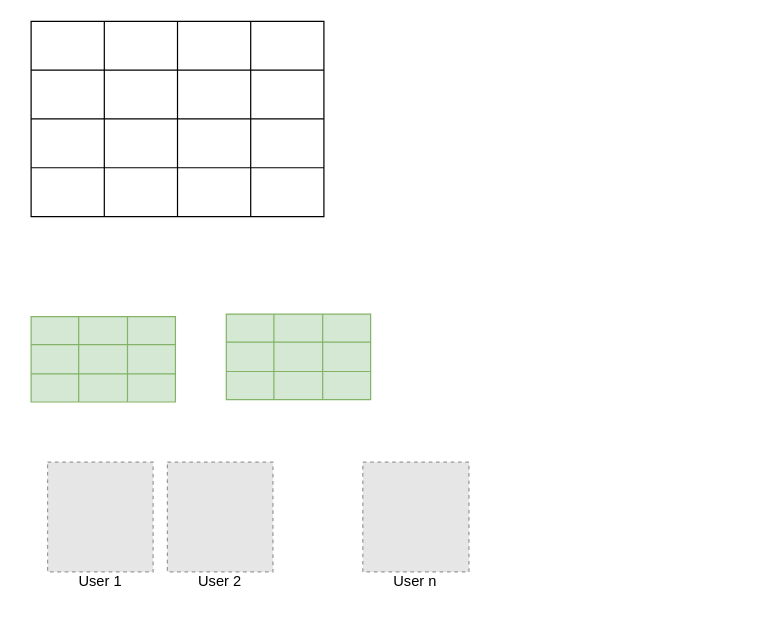
Earlier version of the draw.io diagram TILES.drawio (gughets/mrleo). Source tidied: cells renumbered, new cells numbered last; positions are measured from the earlier drawing's top-left corner, leaving out a move shared by most shapes. Both pictures are drawn from the tidied source at 122%, with x=0, y=0 at pixel (30, 21). Pictures stored in the file or linked from it are replaced by grey dashed boxes.
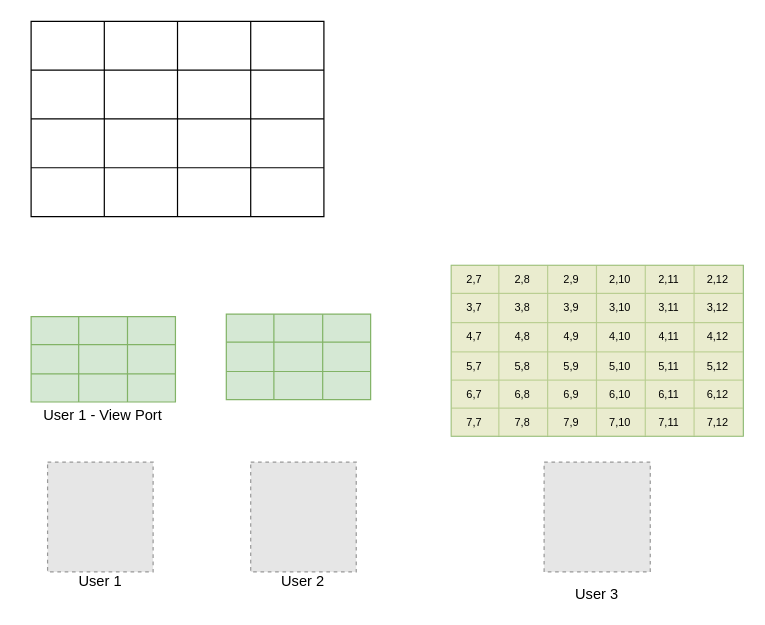
After the change.

What changed in the source:
```diff
@@
     <mxCell id="3" style="fillColor=#E6E6E6;strokeColor=#999999;dashed=1;verticalLabelPosition=bottom;labelBackgroundColor=default;verticalAlign=top;" parent="1" vertex="1">
-      <mxGeometry x="111.7" y="361.3" width="86.5" height="90" as="geometry" />
+      <mxGeometry x="180" y="361.3" width="86.5" height="90" as="geometry" />
     </mxCell>
@@
     <mxCell id="5" value="User 2" style="text;html=1;strokeColor=none;fillColor=none;align=center;verticalAlign=middle;whiteSpace=wrap;rounded=0;" parent="1" vertex="1">
-      <mxGeometry x="130" y="451.3" width="50" height="15.5" as="geometry" />
+      <mxGeometry x="198.3" y="451.3" width="50" height="15.5" as="geometry" />
     </mxCell>
-    <mxCell id="6" value="User n" style="text;html=1;strokeColor=none;fillColor=none;align=center;verticalAlign=middle;whiteSpace=wrap;rounded=0;" parent="1" vertex="1">
-      <mxGeometry x="290.4" y="451.3" width="50" height="15.5" as="geometry" />
+    <mxCell id="6" value="User 3" style="text;html=1;strokeColor=none;fillColor=none;align=center;verticalAlign=middle;whiteSpace=wrap;rounded=0;" parent="1" vertex="1">
+      <mxGeometry x="439" y="462" width="50" height="15.5" as="geometry" />
     </mxCell>
     <mxCell id="7" style="fillColor=#E6E6E6;strokeColor=#999999;dashed=1;verticalLabelPosition=bottom;labelBackgroundColor=default;verticalAlign=top;" parent="1" vertex="1">
-      <mxGeometry x="271.9" y="361.3" width="87" height="90" as="geometry" />
+      <mxGeometry x="420.5" y="361.3" width="87" height="90" as="geometry" />
     </mxCell>
@@
+    <mxCell id="56" value="User 1 - View Port" style="text;html=1;strokeColor=none;fillColor=none;align=center;verticalAlign=middle;whiteSpace=wrap;rounded=0;" parent="1" vertex="1">
+      <mxGeometry x="-8.8" y="315" width="135.9" height="15.5" as="geometry" />
+    </mxCell>
+    <mxCell id="57" style="shape=table;startSize=0;childLayout=tableLayout;fontSize=9;swimlaneLine=0;fillColor=#d5e8d4;strokeColor=#82b366;swimlaneFillColor=none;" parent="1" vertex="1">
+      <mxGeometry x="344.4" y="200" width="239.3" height="140" as="geometry" />
+    </mxCell>
+    <mxCell id="58" style="shape=tableRow;horizontal=0;startSize=0;swimlaneHead=0;swimlaneBody=0;strokeColor=inherit;top=0;left=0;bottom=0;right=0;fillColor=none;fontSize=9;" parent="57" vertex="1">
+      <mxGeometry width="239.3" height="23" as="geometry" />
+    </mxCell>
+    <mxCell id="59" value="2,7" style="shape=partialRectangle;html=1;whiteSpace=wrap;strokeColor=#d6b656;overflow=hidden;fillColor=#fff2cc;top=0;left=0;bottom=0;right=0;fontSize=9;opacity=50;" parent="58" vertex="1">
+      <mxGeometry width="39" height="23" as="geometry" />
+    </mxCell>
+    <mxCell id="60" value="2,8" style="shape=partialRectangle;html=1;whiteSpace=wrap;overflow=hidden;top=0;left=0;bottom=0;right=0;fontSize=9;fillColor=#fff2cc;strokeColor=#d6b656;opacity=50;" parent="58" vertex="1">
+      <mxGeometry x="39" width="40" height="23" as="geometry" />
+    </mxCell>
+    <mxCell id="61" value="&lt;div style=&quot;font-size: 9px;&quot;&gt;2,9&lt;/div&gt;" style="shape=partialRectangle;html=1;whiteSpace=wrap;overflow=hidden;top=0;left=0;bottom=0;right=0;fontSize=9;fillColor=#fff2cc;strokeColor=#d6b656;opacity=50;" parent="58" vertex="1">
+      <mxGeometry x="79" width="40" height="23" as="geometry" />
+    </mxCell>
+    <mxCell id="62" value="&lt;div style=&quot;font-size: 9px;&quot;&gt;2,10&lt;/div&gt;" style="shape=partialRectangle;html=1;whiteSpace=wrap;overflow=hidden;top=0;left=0;bottom=0;right=0;fontSize=9;fillColor=#fff2cc;strokeColor=#d6b656;opacity=50;" parent="58" vertex="1">
+      <mxGeometry x="119" width="40" height="23" as="geometry" />
+    </mxCell>
+    <mxCell id="63" value="2,11" style="shape=partialRectangle;html=1;whiteSpace=wrap;overflow=hidden;top=0;left=0;bottom=0;right=0;fontSize=9;fillColor=#fff2cc;strokeColor=#d6b656;opacity=50;" parent="58" vertex="1">
+      <mxGeometry x="159" width="40" height="23" as="geometry" />
+    </mxCell>
+    <mxCell id="64" value="2,12" style="shape=partialRectangle;html=1;whiteSpace=wrap;overflow=hidden;top=0;left=0;bottom=0;right=0;fontSize=9;fillColor=#fff2cc;strokeColor=#d6b656;opacity=50;" parent="58" vertex="1">
+      <mxGeometry x="199" width="40" height="23" as="geometry" />
+    </mxCell>
+    <mxCell id="65" style="shape=tableRow;horizontal=0;startSize=0;swimlaneHead=0;swimlaneBody=0;strokeColor=inherit;top=0;left=0;bottom=0;right=0;fillColor=none;fontSize=9;" parent="57" vertex="1">
+      <mxGeometry y="23" width="239.3" height="24" as="geometry" />
+    </mxCell>
+    <mxCell id="66" value="3,7" style="shape=partialRectangle;html=1;whiteSpace=wrap;strokeColor=#d6b656;overflow=hidden;fillColor=#fff2cc;top=0;left=0;bottom=0;right=0;fontSize=9;opacity=50;" parent="65" vertex="1">
+      <mxGeometry width="39" height="24" as="geometry" />
+    </mxCell>
+    <mxCell id="67" value="3,8" style="shape=partialRectangle;html=1;whiteSpace=wrap;overflow=hidden;top=0;left=0;bottom=0;right=0;fontSize=9;shadow=0;fillColor=#fff2cc;strokeColor=#d6b656;opacity=50;" parent="65" vertex="1">
+      <mxGeometry x="39" width="40" height="24" as="geometry" />
+    </mxCell>
+    <mxCell id="68" value="3,9" style="shape=partialRectangle;html=1;whiteSpace=wrap;overflow=hidden;top=0;left=0;bottom=0;right=0;fontSize=9;shadow=0;fillColor=#fff2cc;strokeColor=#d6b656;opacity=50;" parent="65" vertex="1">
+      <mxGeometry x="79" width="40" height="24" as="geometry" />
+    </mxCell>
+    <mxCell id="69" value="3,10" style="shape=partialRectangle;html=1;whiteSpace=wrap;overflow=hidden;top=0;left=0;bottom=0;right=0;fontSize=9;shadow=0;fillColor=#fff2cc;strokeColor=#d6b656;opacity=50;" parent="65" vertex="1">
+      <mxGeometry x="119" width="40" height="24" as="geometry" />
+    </mxCell>
+    <mxCell id="70" value="3,11" style="shape=partialRectangle;html=1;whiteSpace=wrap;overflow=hidden;top=0;left=0;bottom=0;right=0;fontSize=9;shadow=0;fillColor=#fff2cc;strokeColor=#d6b656;opacity=50;" parent="65" vertex="1">
+      <mxGeometry x="159" width="40" height="24" as="geometry" />
+    </mxCell>
+    <mxCell id="71" value="3,12" style="shape=partialRectangle;html=1;whiteSpace=wrap;overflow=hidden;top=0;left=0;bottom=0;right=0;fontSize=9;shadow=0;fillColor=#fff2cc;strokeColor=#d6b656;opacity=50;" parent="65" vertex="1">
+      <mxGeometry x="199" width="40" height="24" as="geometry" />
+    </mxCell>
+    <mxCell id="72" style="shape=tableRow;horizontal=0;startSize=0;swimlaneHead=0;swimlaneBody=0;strokeColor=inherit;top=0;left=0;bottom=0;right=0;fillColor=none;fontSize=9;" parent="57" vertex="1">
+      <mxGeometry y="47" width="239.3" height="24" as="geometry" />
+    </mxCell>
+    <mxCell id="73" value="4,7" style="shape=partialRectangle;html=1;whiteSpace=wrap;strokeColor=#d6b656;overflow=hidden;fillColor=#fff2cc;top=0;left=0;bottom=0;right=0;fontSize=9;opacity=50;" parent="72" vertex="1">
+      <mxGeometry width="39" height="24" as="geometry" />
+    </mxCell>
+    <mxCell id="74" value="4,8" style="shape=partialRectangle;html=1;whiteSpace=wrap;overflow=hidden;top=0;left=0;bottom=0;right=0;fontSize=9;shadow=0;fillColor=#fff2cc;strokeColor=#d6b656;opacity=50;" parent="72" vertex="1">
+      <mxGeometry x="39" width="40" height="24" as="geometry" />
+    </mxCell>
+    <mxCell id="75" value="4,9" style="shape=partialRectangle;html=1;whiteSpace=wrap;overflow=hidden;top=0;left=0;bottom=0;right=0;fontSize=9;shadow=0;fillColor=#fff2cc;strokeColor=#d6b656;opacity=50;" parent="72" vertex="1">
+      <mxGeometry x="79" width="40" height="24" as="geometry" />
+    </mxCell>
+    <mxCell id="76" value="&lt;div style=&quot;font-size: 9px;&quot;&gt;4,10&lt;/div&gt;" style="shape=partialRectangle;html=1;whiteSpace=wrap;overflow=hidden;top=0;left=0;bottom=0;right=0;fontSize=9;shadow=0;fillColor=#fff2cc;strokeColor=#d6b656;opacity=50;" parent="72" vertex="1">
+      <mxGeometry x="119" width="40" height="24" as="geometry" />
+    </mxCell>
+    <mxCell id="77" value="4,11" style="shape=partialRectangle;html=1;whiteSpace=wrap;overflow=hidden;top=0;left=0;bottom=0;right=0;fontSize=9;shadow=0;fillColor=#fff2cc;strokeColor=#d6b656;opacity=50;" parent="72" vertex="1">
+      <mxGeometry x="159" width="40" height="24" as="geometry" />
+    </mxCell>
+    <mxCell id="78" value="4,12" style="shape=partialRectangle;html=1;whiteSpace=wrap;overflow=hidden;top=0;left=0;bottom=0;right=0;fontSize=9;shadow=0;fillColor=#fff2cc;strokeColor=#d6b656;opacity=50;" parent="72" vertex="1">
+      <mxGeometry x="199" width="40" height="24" as="geometry" />
+    </mxCell>
+    <mxCell id="79" style="shape=tableRow;horizontal=0;startSize=0;swimlaneHead=0;swimlaneBody=0;strokeColor=inherit;top=0;left=0;bottom=0;right=0;fillColor=none;fontSize=9;" parent="57" vertex="1">
+      <mxGeometry y="71" width="239.3" height="23" as="geometry" />
+    </mxCell>
+    <mxCell id="80" value="5,7" style="shape=partialRectangle;html=1;whiteSpace=wrap;strokeColor=#d6b656;overflow=hidden;fillColor=#fff2cc;top=0;left=0;bottom=0;right=0;fontSize=9;opacity=50;" parent="79" vertex="1">
+      <mxGeometry width="39" height="23" as="geometry" />
+    </mxCell>
+    <mxCell id="81" value="5,8" style="shape=partialRectangle;html=1;whiteSpace=wrap;strokeColor=#d6b656;overflow=hidden;fillColor=#fff2cc;top=0;left=0;bottom=0;right=0;fontSize=9;opacity=50;" parent="79" vertex="1">
+      <mxGeometry x="39" width="40" height="23" as="geometry" />
+    </mxCell>
+    <mxCell id="82" value="5,9" style="shape=partialRectangle;html=1;whiteSpace=wrap;strokeColor=#d6b656;overflow=hidden;fillColor=#fff2cc;top=0;left=0;bottom=0;right=0;fontSize=9;opacity=50;" parent="79" vertex="1">
+      <mxGeometry x="79" width="40" height="23" as="geometry" />
+    </mxCell>
+    <mxCell id="83" value="5,10" style="shape=partialRectangle;html=1;whiteSpace=wrap;strokeColor=#d6b656;overflow=hidden;fillColor=#fff2cc;top=0;left=0;bottom=0;right=0;fontSize=9;opacity=50;" parent="79" vertex="1">
+      <mxGeometry x="119" width="40" height="23" as="geometry" />
+    </mxCell>
+    <mxCell id="84" value="5,11" style="shape=partialRectangle;html=1;whiteSpace=wrap;strokeColor=#d6b656;overflow=hidden;fillColor=#fff2cc;top=0;left=0;bottom=0;right=0;fontSize=9;opacity=50;" parent="79" vertex="1">
+      <mxGeometry x="159" width="40" height="23" as="geometry" />
+    </mxCell>
+    <mxCell id="85" value="5,12" style="shape=partialRectangle;html=1;whiteSpace=wrap;strokeColor=#d6b656;overflow=hidden;fillColor=#fff2cc;top=0;left=0;bottom=0;right=0;fontSize=9;opacity=50;" parent="79" vertex="1">
+      <mxGeometry x="199" width="40" height="23" as="geometry" />
+    </mxCell>
+    <mxCell id="86" style="shape=tableRow;horizontal=0;startSize=0;swimlaneHead=0;swimlaneBody=0;strokeColor=inherit;top=0;left=0;bottom=0;right=0;fillColor=none;fontSize=9;" parent="57" vertex="1">
+      <mxGeometry y="94" width="239.3" height="23" as="geometry" />
+    </mxCell>
+    <mxCell id="87" value="6,7" style="shape=partialRectangle;html=1;whiteSpace=wrap;strokeColor=#d6b656;overflow=hidden;fillColor=#fff2cc;top=0;left=0;bottom=0;right=0;fontSize=9;opacity=50;" parent="86" vertex="1">
+      <mxGeometry width="39" height="23" as="geometry" />
+    </mxCell>
+    <mxCell id="88" value="6,8" style="shape=partialRectangle;html=1;whiteSpace=wrap;strokeColor=#d6b656;overflow=hidden;fillColor=#fff2cc;top=0;left=0;bottom=0;right=0;fontSize=9;opacity=50;" parent="86" vertex="1">
+      <mxGeometry x="39" width="40" height="23" as="geometry" />
+    </mxCell>
+    <mxCell id="89" value="6,9" style="shape=partialRectangle;html=1;whiteSpace=wrap;strokeColor=#d6b656;overflow=hidden;fillColor=#fff2cc;top=0;left=0;bottom=0;right=0;fontSize=9;opacity=50;" parent="86" vertex="1">
+      <mxGeometry x="79" width="40" height="23" as="geometry" />
+    </mxCell>
+    <mxCell id="90" value="6,10" style="shape=partialRectangle;html=1;whiteSpace=wrap;strokeColor=#d6b656;overflow=hidden;fillColor=#fff2cc;top=0;left=0;bottom=0;right=0;fontSize=9;opacity=50;" parent="86" vertex="1">
+      <mxGeometry x="119" width="40" height="23" as="geometry" />
+    </mxCell>
+    <mxCell id="91" value="6,11" style="shape=partialRectangle;html=1;whiteSpace=wrap;strokeColor=#d6b656;overflow=hidden;fillColor=#fff2cc;top=0;left=0;bottom=0;right=0;fontSize=9;opacity=50;" parent="86" vertex="1">
+      <mxGeometry x="159" width="40" height="23" as="geometry" />
+    </mxCell>
+    <mxCell id="92" value="6,12" style="shape=partialRectangle;html=1;whiteSpace=wrap;strokeColor=#d6b656;overflow=hidden;fillColor=#fff2cc;top=0;left=0;bottom=0;right=0;fontSize=9;opacity=50;" parent="86" vertex="1">
+      <mxGeometry x="199" width="40" height="23" as="geometry" />
+    </mxCell>
+    <mxCell id="93" style="shape=tableRow;horizontal=0;startSize=0;swimlaneHead=0;swimlaneBody=0;strokeColor=inherit;top=0;left=0;bottom=0;right=0;fillColor=none;fontSize=9;" parent="57" vertex="1">
+      <mxGeometry y="117" width="239.3" height="23" as="geometry" />
+    </mxCell>
+    <mxCell id="94" value="7,7" style="shape=partialRectangle;html=1;whiteSpace=wrap;strokeColor=#d6b656;overflow=hidden;fillColor=#fff2cc;top=0;left=0;bottom=0;right=0;fontSize=9;opacity=50;" parent="93" vertex="1">
+      <mxGeometry width="39" height="23" as="geometry" />
+    </mxCell>
+    <mxCell id="95" value="7,8" style="shape=partialRectangle;html=1;whiteSpace=wrap;strokeColor=#d6b656;overflow=hidden;fillColor=#fff2cc;top=0;left=0;bottom=0;right=0;fontSize=9;opacity=50;" parent="93" vertex="1">
+      <mxGeometry x="39" width="40" height="23" as="geometry" />
+    </mxCell>
+    <mxCell id="96" value="7,9" style="shape=partialRectangle;html=1;whiteSpace=wrap;strokeColor=#d6b656;overflow=hidden;fillColor=#fff2cc;top=0;left=0;bottom=0;right=0;fontSize=9;opacity=50;" parent="93" vertex="1">
+      <mxGeometry x="79" width="40" height="23" as="geometry" />
+    </mxCell>
+    <mxCell id="97" value="&lt;div style=&quot;font-size: 9px;&quot;&gt;7,10&lt;/div&gt;" style="shape=partialRectangle;html=1;whiteSpace=wrap;strokeColor=#d6b656;overflow=hidden;fillColor=#fff2cc;top=0;left=0;bottom=0;right=0;fontSize=9;opacity=50;" parent="93" vertex="1">
+      <mxGeometry x="119" width="40" height="23" as="geometry" />
+    </mxCell>
+    <mxCell id="98" value="7,11" style="shape=partialRectangle;html=1;whiteSpace=wrap;strokeColor=#d6b656;overflow=hidden;fillColor=#fff2cc;top=0;left=0;bottom=0;right=0;fontSize=9;opacity=50;" parent="93" vertex="1">
+      <mxGeometry x="159" width="40" height="23" as="geometry" />
+    </mxCell>
+    <mxCell id="99" value="7,12" style="shape=partialRectangle;html=1;whiteSpace=wrap;strokeColor=#d6b656;overflow=hidden;fillColor=#fff2cc;top=0;left=0;bottom=0;right=0;fontSize=9;opacity=50;" parent="93" vertex="1">
+      <mxGeometry x="199" width="40" height="23" as="geometry" />
+    </mxCell>
```
